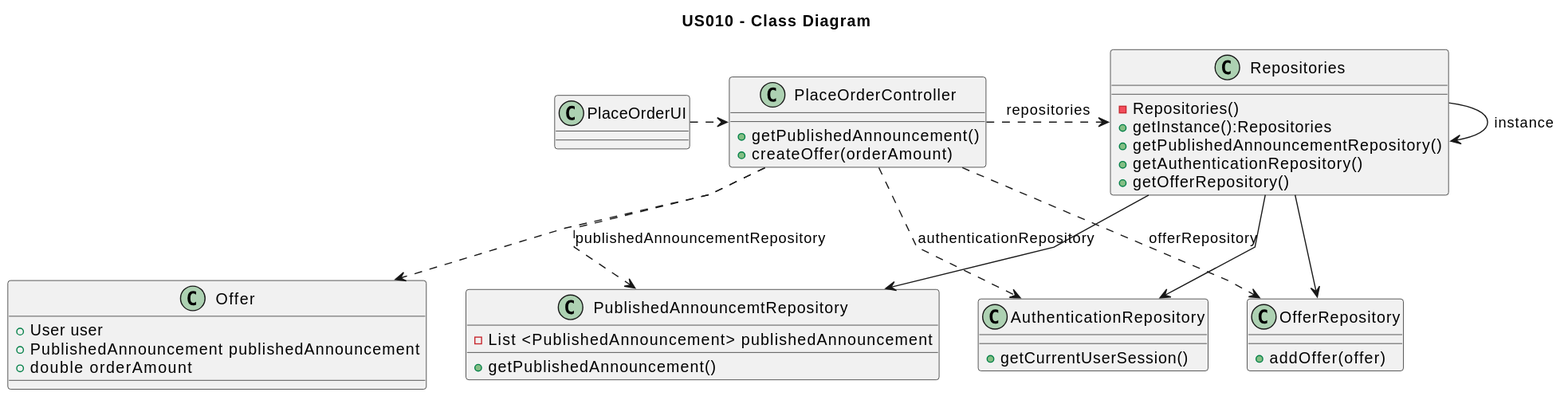
This is docs/sprintC/US10/03.design/svg/us010-class-diagram.svg from PureNimble/ISEP-LAPR2, a PlantUML export, as it was before one commit. Source of this version:
```plantuml
@startuml
title US010 - Class Diagram


skinparam packageStyle rectangle
skinparam shadowing false
skinparam linetype polyline

class PlaceOrderUI {

}

class PlaceOrderController {
    + getPublishedAnnouncement()
    + createOffer(orderAmount)
}

class PublishedAnnouncemtRepository {
    - List <PublishedAnnouncement> publishedAnnouncement
    + getPublishedAnnouncement()
}

class AuthenticationRepository {
    + getCurrentUserSession()
}

class OfferRepository {
    + addOffer(offer)
}

class Repositories {
    - Repositories()
    + getInstance():Repositories
    + getPublishedAnnouncementRepository()
    + getAuthenticationRepository()
    + getOfferRepository()
}

class Offer {
 + User user
 + PublishedAnnouncement publishedAnnouncement
 + double orderAmount
}

PlaceOrderUI .> PlaceOrderController
PlaceOrderController .> Repositories : repositories
PlaceOrderController ..> PublishedAnnouncemtRepository : publishedAnnouncementRepository
PlaceOrderController ..> AuthenticationRepository : authenticationRepository
PlaceOrderController ..> OfferRepository : offerRepository
PlaceOrderController ..> Offer
Repositories --> Repositories : instance
Repositories --> PublishedAnnouncemtRepository
Repositories --> AuthenticationRepository
Repositories --> OfferRepository
@enduml
```
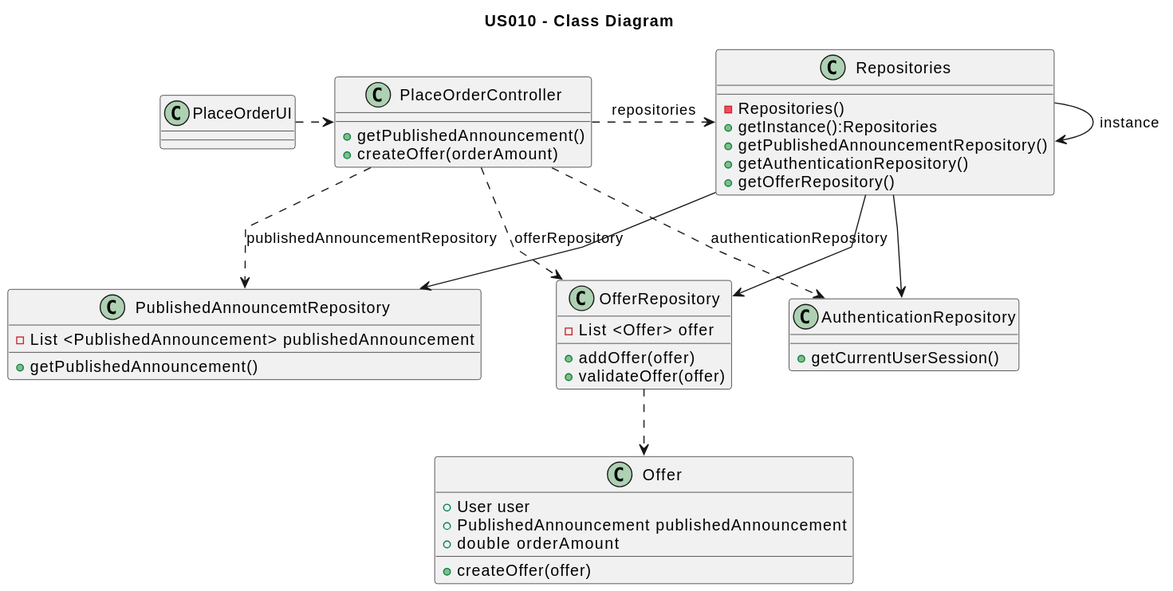
Above is the later version.

The edit, as a diff of the source:
```diff
@@ -25,7 +25,9 @@
 }
 
 class OfferRepository {
+    - List <Offer> offer
     + addOffer(offer)
+    + validateOffer(offer)
 }
 
 class Repositories {
@@ -40,6 +42,7 @@
  + User user
  + PublishedAnnouncement publishedAnnouncement
  + double orderAmount
+ + createOffer(offer)
 }
 
 PlaceOrderUI .> PlaceOrderController
@@ -47,7 +50,7 @@
 PlaceOrderController ..> PublishedAnnouncemtRepository : publishedAnnouncementRepository
 PlaceOrderController ..> AuthenticationRepository : authenticationRepository
 PlaceOrderController ..> OfferRepository : offerRepository
-PlaceOrderController ..> Offer
+OfferRepository ..> Offer
 Repositories --> Repositories : instance
 Repositories --> PublishedAnnouncemtRepository
 Repositories --> AuthenticationRepository
```
